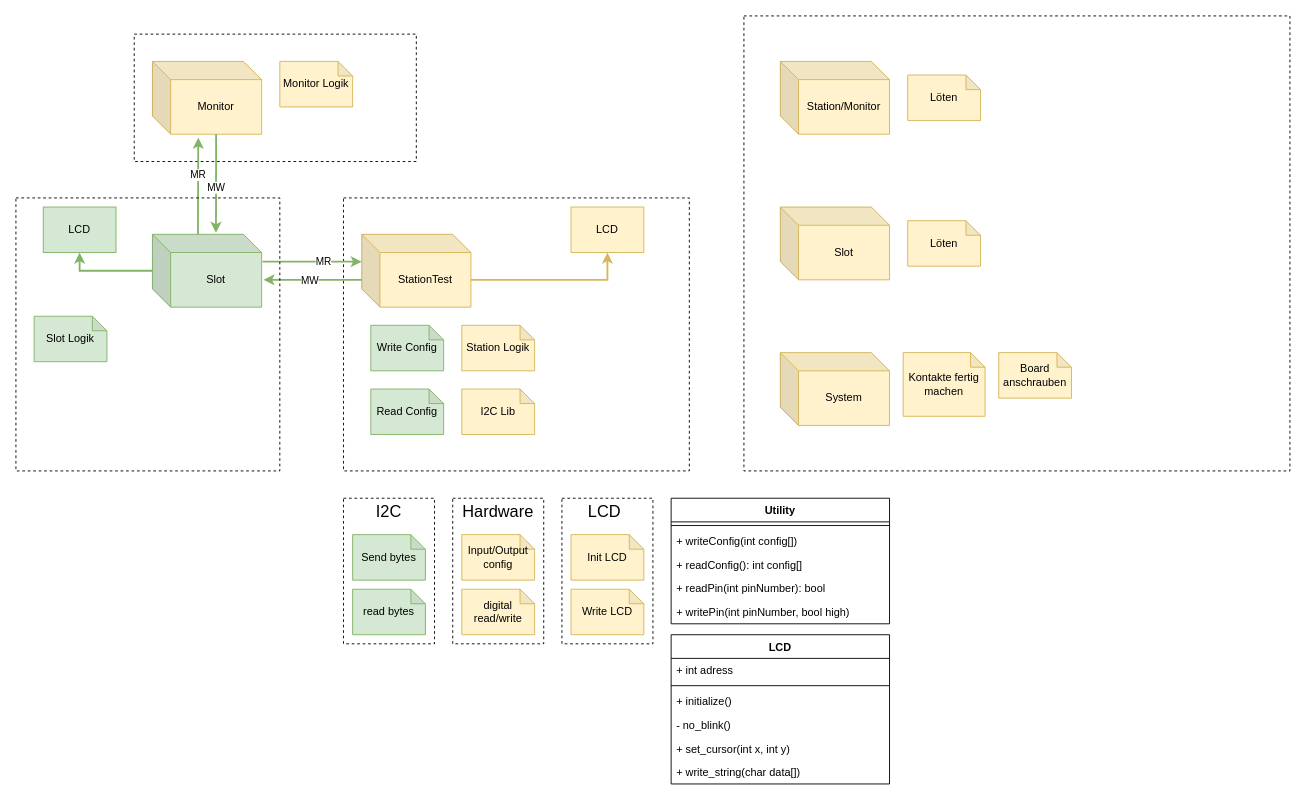
Earlier version of the draw.io diagram page "Page-1" (1 of 2) of slotted-ring.drawio (OleVoss/slotted-ring). Source tidied: cells renumbered, new cells numbered last; positions are measured from the earlier drawing's top-left corner, leaving out a move shared by most shapes. Both pictures are drawn from the tidied source at 91%, with x=0, y=0 at pixel (15, 15).
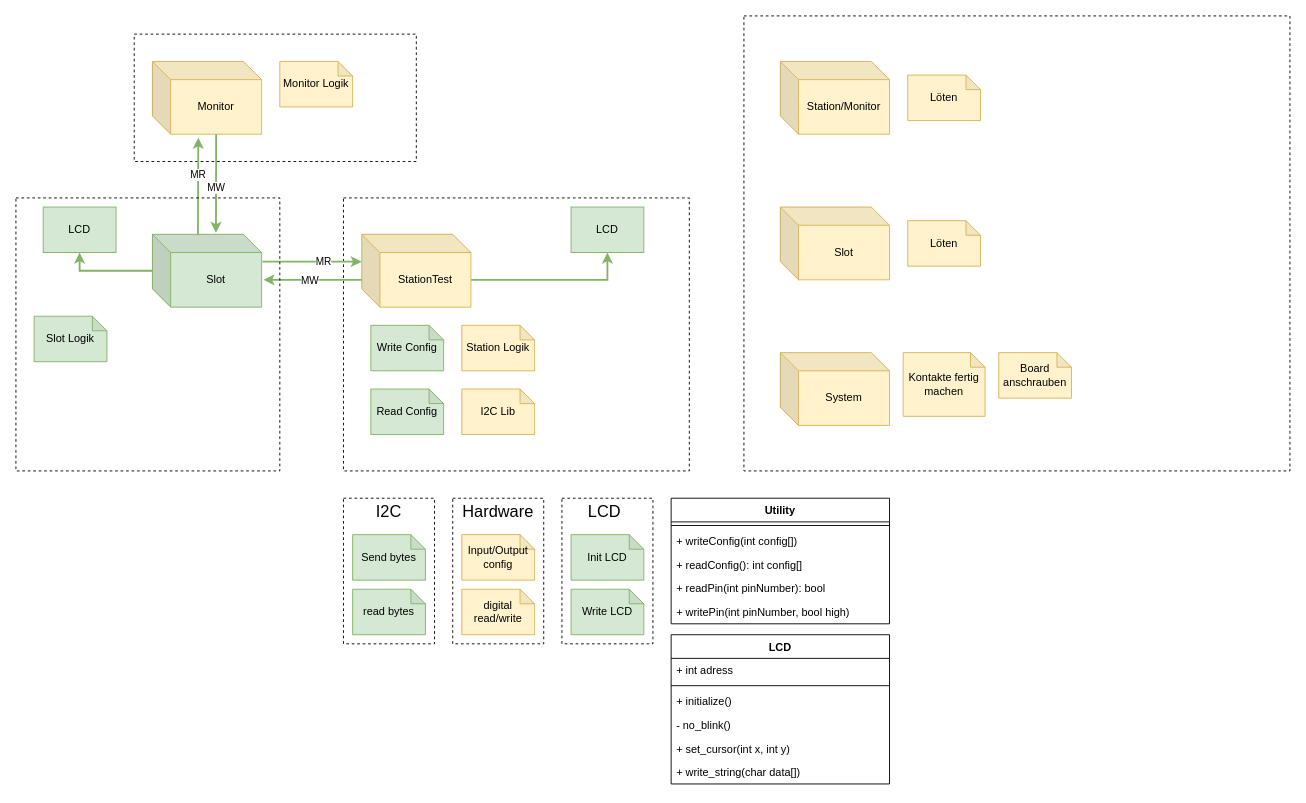
Above is the later version.

The change refers to these unchanged cells:
```xml
<mxCell id="5" value="StationTest&lt;br&gt;" style="shape=cube;whiteSpace=wrap;html=1;boundedLbl=1;backgroundOutline=1;darkOpacity=0.05;darkOpacity2=0.1;strokeWidth=1;fillColor=#fff2cc;size=20;strokeColor=#d6b656;" parent="1" vertex="1">
  <mxGeometry x="380" y="240" width="120" height="80" as="geometry" />
</mxCell>
```

Change to the diagram source:
```diff
@@
-    <mxCell id="4" style="edgeStyle=orthogonalEdgeStyle;rounded=0;jettySize=auto;html=1;exitX=0;exitY=0;exitDx=120;exitDy=50;exitPerimeter=0;entryX=0.5;entryY=1;entryDx=0;entryDy=0;strokeWidth=2;fillColor=#fff2cc;strokeColor=#d6b656;" parent="1" edge="1" source="5" target="19">
+    <mxCell id="4" style="edgeStyle=orthogonalEdgeStyle;rounded=0;jettySize=auto;html=1;exitX=0;exitY=0;exitDx=120;exitDy=50;exitPerimeter=0;entryX=0.5;entryY=1;entryDx=0;entryDy=0;strokeWidth=2;fillColor=#d5e8d4;strokeColor=#82b366;" parent="1" edge="1" source="5" target="19">
       <mxGeometry relative="1" as="geometry" />
     </mxCell>
@@
-    <mxCell id="19" value="LCD" style="rounded=0;whiteSpace=wrap;html=1;strokeWidth=1;fillColor=#fff2cc;strokeColor=#d6b656;" parent="1" vertex="1">
+    <mxCell id="19" value="LCD" style="rounded=0;whiteSpace=wrap;html=1;strokeWidth=1;fillColor=#d5e8d4;strokeColor=#82b366;" parent="1" vertex="1">
       <mxGeometry x="610" y="210" width="80" height="50" as="geometry" />
     </mxCell>
@@
-    <mxCell id="40" value="Init LCD" style="shape=note;whiteSpace=wrap;html=1;backgroundOutline=1;darkOpacity=0.05;strokeWidth=1;fillColor=#fff2cc;strokeColor=#d6b656;size=16;" parent="1" vertex="1">
+    <mxCell id="40" value="Init LCD" style="shape=note;whiteSpace=wrap;html=1;backgroundOutline=1;darkOpacity=0.05;strokeWidth=1;fillColor=#d5e8d4;strokeColor=#82b366;size=16;" parent="1" vertex="1">
       <mxGeometry x="610" y="570" width="80" height="50" as="geometry" />
     </mxCell>
-    <mxCell id="41" value="Write LCD" style="shape=note;whiteSpace=wrap;html=1;backgroundOutline=1;darkOpacity=0.05;strokeWidth=1;fillColor=#fff2cc;strokeColor=#d6b656;size=16;" parent="1" vertex="1">
+    <mxCell id="41" value="Write LCD" style="shape=note;whiteSpace=wrap;html=1;backgroundOutline=1;darkOpacity=0.05;strokeWidth=1;fillColor=#d5e8d4;strokeColor=#82b366;size=16;" parent="1" vertex="1">
       <mxGeometry x="610" y="630" width="80" height="50" as="geometry" />
     </mxCell>
```
